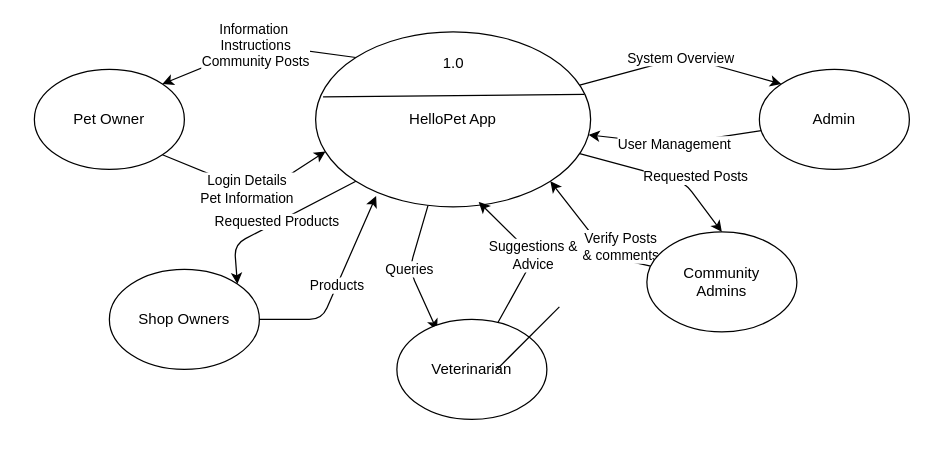
The draw.io diagram Diagrams/DFD-LV0.drawio in Rayal-Khatri/HlwPet, before the edit. Source tidied: cells renumbered, new cells numbered last; positions are measured from the earlier drawing's top-left corner, leaving out a move shared by most shapes. Both pictures are drawn from the tidied source at 125%, with x=0, y=0 at pixel (34, 31).
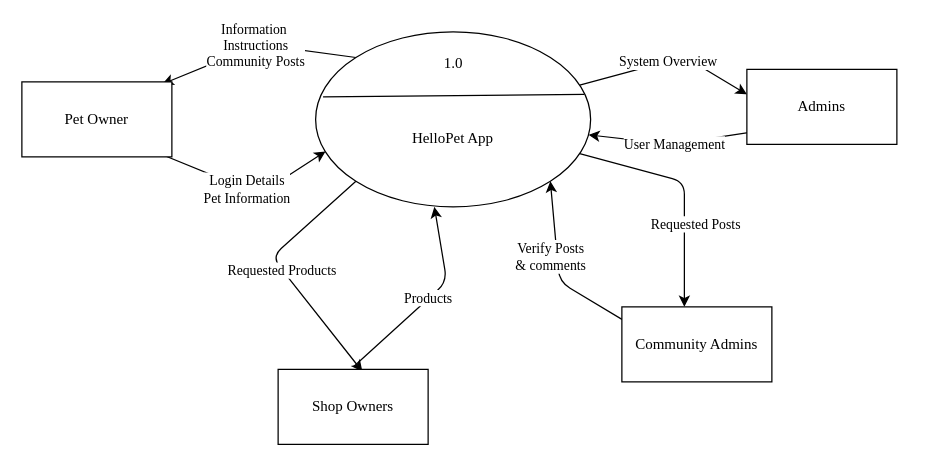
After the change.

Diff of the diagram source:
```diff
@@
-    <mxCell id="2" value="Login Details&lt;br&gt;Pet Information" style="edgeStyle=none;html=1;exitX=1;exitY=1;exitDx=0;exitDy=0;entryX=0.036;entryY=0.683;entryDx=0;entryDy=0;entryPerimeter=0;" parent="1" edge="1" source="3" target="9">
+    <mxCell id="2" value="Login Details&lt;br&gt;Pet Information" style="edgeStyle=none;html=1;exitX=1;exitY=1;exitDx=0;exitDy=0;entryX=0.036;entryY=0.683;entryDx=0;entryDy=0;entryPerimeter=0;fontFamily=Times New Roman;" parent="1" edge="1" target="9">
       <mxGeometry relative="1" as="geometry">
+        <mxPoint x="102.4" y="98.3" as="sourcePoint" />
         <Array as="points">
           <mxPoint x="180" y="130" />
         </Array>
       </mxGeometry>
     </mxCell>
-    <mxCell id="3" value="Pet Owner" style="ellipse;whiteSpace=wrap;html=1;" parent="1" vertex="1">
-      <mxGeometry y="30" width="120" height="80" as="geometry" />
-    </mxCell>
-    <mxCell id="4" value="Information&amp;nbsp;&lt;br&gt;Instructions&lt;br&gt;Community Posts" style="edgeStyle=none;html=1;entryX=1;entryY=0;entryDx=0;entryDy=0;exitX=0;exitY=0;exitDx=0;exitDy=0;" parent="1" edge="1" source="9" target="3">
+    <mxCell id="4" value="Information&amp;nbsp;&lt;br&gt;Instructions&lt;br&gt;Community Posts" style="edgeStyle=none;html=1;entryX=1;entryY=0;entryDx=0;entryDy=0;exitX=0;exitY=0;exitDx=0;exitDy=0;fontFamily=Times New Roman;" parent="1" edge="1" source="9">
       <mxGeometry relative="1" as="geometry">
+        <mxPoint x="102.4" y="41.7" as="targetPoint" />
         <Array as="points">
           <mxPoint x="180" y="10" />
         </Array>
       </mxGeometry>
     </mxCell>
-    <mxCell id="5" value="Requested Products" style="edgeStyle=none;html=1;entryX=1;entryY=0;entryDx=0;entryDy=0;exitX=0;exitY=1;exitDx=0;exitDy=0;" parent="1" edge="1" source="9" target="13">
+    <mxCell id="5" value="Requested Products" style="edgeStyle=none;html=1;entryX=1;entryY=0;entryDx=0;entryDy=0;exitX=0;exitY=1;exitDx=0;exitDy=0;fontFamily=Times New Roman;" parent="1" edge="1" source="9">
       <mxGeometry relative="1" as="geometry">
+        <mxPoint x="262.4" y="271.7" as="targetPoint" />
         <Array as="points">
-          <mxPoint x="160" y="170" />
+          <mxPoint x="190" y="180" />
         </Array>
       </mxGeometry>
     </mxCell>
-    <mxCell id="6" value="Queries" style="edgeStyle=none;html=1;entryX=0.268;entryY=0.111;entryDx=0;entryDy=0;entryPerimeter=0;" parent="1" edge="1" source="9" target="15">
-      <mxGeometry relative="1" as="geometry">
-        <Array as="points">
-          <mxPoint x="300" y="190" />
-        </Array>
-      </mxGeometry>
-    </mxCell>
-    <mxCell id="7" value="Requested Posts" style="edgeStyle=none;html=1;entryX=0.5;entryY=0;entryDx=0;entryDy=0;" parent="1" edge="1" source="9" target="17">
+    <mxCell id="7" value="Requested Posts" style="edgeStyle=none;html=1;entryX=0.5;entryY=0;entryDx=0;entryDy=0;fontFamily=Times New Roman;" parent="1" edge="1" source="9">
       <mxGeometry x="0.3" y="9" relative="1" as="geometry">
+        <mxPoint x="520" y="220" as="targetPoint" />
         <Array as="points">
           <mxPoint x="520" y="120" />
         </Array>
       </mxGeometry>
     </mxCell>
-    <mxCell id="8" value="System Overview" style="edgeStyle=none;html=1;entryX=0;entryY=0;entryDx=0;entryDy=0;" parent="1" edge="1" source="9" target="11">
+    <mxCell id="8" value="System Overview" style="edgeStyle=none;html=1;fontFamily=Times New Roman;" parent="1" edge="1" source="9">
       <mxGeometry relative="1" as="geometry">
+        <mxPoint x="570" y="50" as="targetPoint" />
         <Array as="points">
           <mxPoint x="520" y="20" />
         </Array>
       </mxGeometry>
     </mxCell>
-    <mxCell id="9" value="HelloPet App" style="ellipse;whiteSpace=wrap;html=1;" parent="1" vertex="1">
+    <mxCell id="9" value="&lt;br&gt;&lt;br&gt;HelloPet App" style="ellipse;whiteSpace=wrap;html=1;fontFamily=Times New Roman;" parent="1" vertex="1">
       <mxGeometry x="225" width="220" height="140" as="geometry" />
     </mxCell>
-    <mxCell id="10" value="User Management" style="edgeStyle=none;html=1;" parent="1" edge="1" source="11" target="9">
+    <mxCell id="10" value="User Management" style="edgeStyle=none;html=1;fontFamily=Times New Roman;" parent="1" edge="1" target="9">
       <mxGeometry relative="1" as="geometry">
+        <mxPoint x="581.5" y="79" as="sourcePoint" />
         <Array as="points">
           <mxPoint x="510" y="90" />
         </Array>
       </mxGeometry>
     </mxCell>
-    <mxCell id="11" value="Admin" style="ellipse;whiteSpace=wrap;html=1;" parent="1" vertex="1">
-      <mxGeometry x="580" y="30" width="120" height="80" as="geometry" />
-    </mxCell>
-    <mxCell id="12" value="Products" style="edgeStyle=none;html=1;entryX=0.22;entryY=0.938;entryDx=0;entryDy=0;entryPerimeter=0;" parent="1" edge="1" source="13" target="9">
+    <mxCell id="12" value="Products" style="edgeStyle=none;html=1;fontFamily=Times New Roman;" parent="1" edge="1">
       <mxGeometry relative="1" as="geometry">
+        <mxPoint x="255.5" y="267.7" as="sourcePoint" />
+        <mxPoint x="320" y="140" as="targetPoint" />
         <Array as="points">
-          <mxPoint x="230" y="230" />
+          <mxPoint x="330" y="200" />
         </Array>
       </mxGeometry>
     </mxCell>
-    <mxCell id="13" value="Shop Owners" style="ellipse;whiteSpace=wrap;html=1;" parent="1" vertex="1">
-      <mxGeometry x="60" y="190" width="120" height="80" as="geometry" />
-    </mxCell>
-    <mxCell id="14" value="Suggestions &amp;amp;&lt;br&gt;Advice" style="edgeStyle=none;html=1;entryX=0.593;entryY=0.972;entryDx=0;entryDy=0;entryPerimeter=0;" parent="1" edge="1" source="15" target="9">
-      <mxGeometry relative="1" as="geometry">
-        <Array as="points">
-          <mxPoint x="400" y="180" />
-        </Array>
-      </mxGeometry>
-    </mxCell>
-    <mxCell id="15" value="Veterinarian" style="ellipse;whiteSpace=wrap;html=1;" parent="1" vertex="1">
-      <mxGeometry x="290" y="230" width="120" height="80" as="geometry" />
-    </mxCell>
-    <mxCell id="16" value="Verify Posts&lt;br&gt;&amp;amp; comments" style="edgeStyle=none;html=1;entryX=1;entryY=1;entryDx=0;entryDy=0;" parent="1" edge="1" source="17" target="9">
-      <mxGeometry x="-0.52" y="-10" relative="1" as="geometry">
+    <mxCell id="16" value="Verify Posts&lt;br&gt;&amp;amp; comments" style="edgeStyle=none;html=1;entryX=1;entryY=1;entryDx=0;entryDy=0;fontFamily=Times New Roman;" parent="1" edge="1" target="9">
+      <mxGeometry x="0.17" y="5" relative="1" as="geometry">
+        <mxPoint x="475.4" y="233.2" as="sourcePoint" />
         <Array as="points">
-          <mxPoint x="460" y="180" />
+          <mxPoint x="420" y="200" />
         </Array>
       </mxGeometry>
     </mxCell>
-    <mxCell id="17" value="Community &lt;br&gt;Admins" style="ellipse;whiteSpace=wrap;html=1;" parent="1" vertex="1">
-      <mxGeometry x="490" y="160" width="120" height="80" as="geometry" />
-    </mxCell>
-    <mxCell id="18" style="endArrow=none;html=1;" parent="1" edge="1">
-      <mxGeometry relative="1" as="geometry">
-        <mxPoint x="370" y="270" as="sourcePoint" />
-        <mxPoint x="420" y="220" as="targetPoint" />
-      </mxGeometry>
-    </mxCell>
@@
-    <mxCell id="20" value="1.0" style="text;html=1;align=center;verticalAlign=middle;strokeColor=none;fillColor=none;" parent="1" vertex="1">
+    <mxCell id="20" value="1.0" style="text;html=1;align=center;verticalAlign=middle;strokeColor=none;fillColor=none;fontFamily=Times New Roman;" parent="1" vertex="1">
       <mxGeometry x="315" y="10" width="40" height="30" as="geometry" />
     </mxCell>
+    <mxCell id="3" value="Pet Owner" style="rounded=0;whiteSpace=wrap;html=1;fontFamily=Times New Roman;" parent="1" vertex="1">
+      <mxGeometry x="-10" y="40" width="120" height="60" as="geometry" />
+    </mxCell>
+    <mxCell id="13" value="Shop Owners" style="rounded=0;whiteSpace=wrap;html=1;fontFamily=Times New Roman;" parent="1" vertex="1">
+      <mxGeometry x="195" y="270" width="120" height="60" as="geometry" />
+    </mxCell>
+    <mxCell id="17" value="Community Admins" style="rounded=0;whiteSpace=wrap;html=1;fontFamily=Times New Roman;" parent="1" vertex="1">
+      <mxGeometry x="470" y="220" width="120" height="60" as="geometry" />
+    </mxCell>
+    <mxCell id="21" value="Admins" style="rounded=0;whiteSpace=wrap;html=1;fontFamily=Times New Roman;" parent="1" vertex="1">
+      <mxGeometry x="570" y="30" width="120" height="60" as="geometry" />
+    </mxCell>
```
